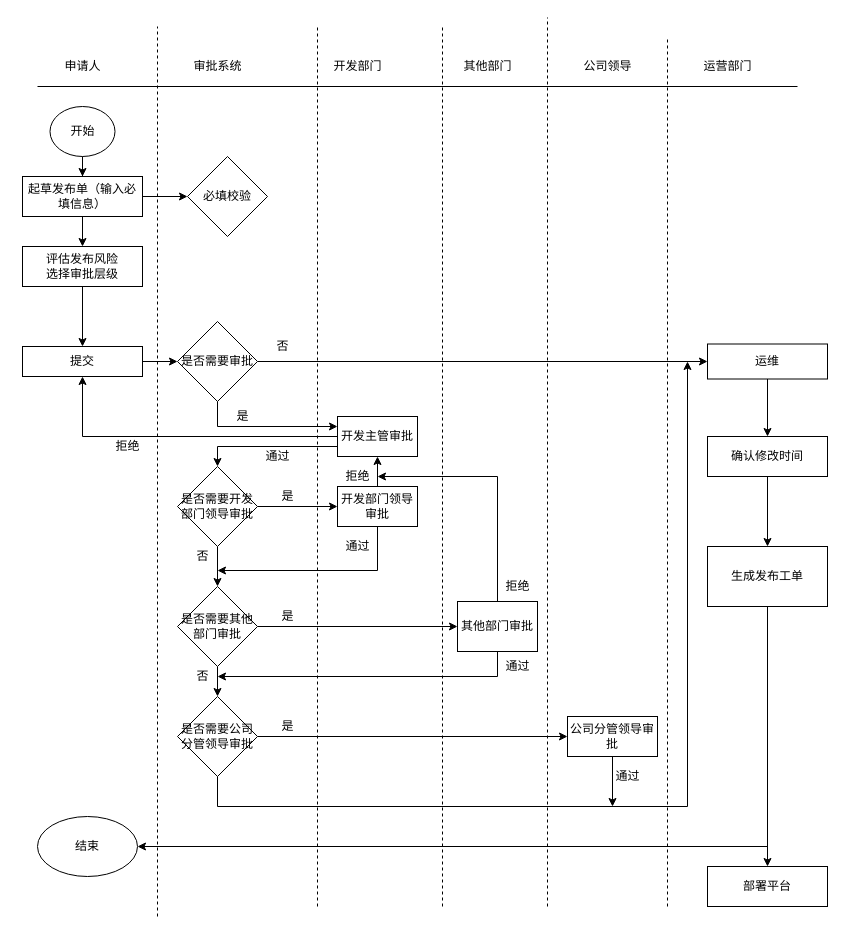
sharonwq/sharon_test keeps this draw.io diagram as src/com/cupd/sharon/Untitled.drawio. Above is the earlier version. Source tidied: cells renumbered, new cells numbered last; positions are measured from the earlier drawing's top-left corner, leaving out a move shared by most shapes. Both pictures are drawn from the tidied source at 100%, with x=0, y=0 at pixel (22, 17).
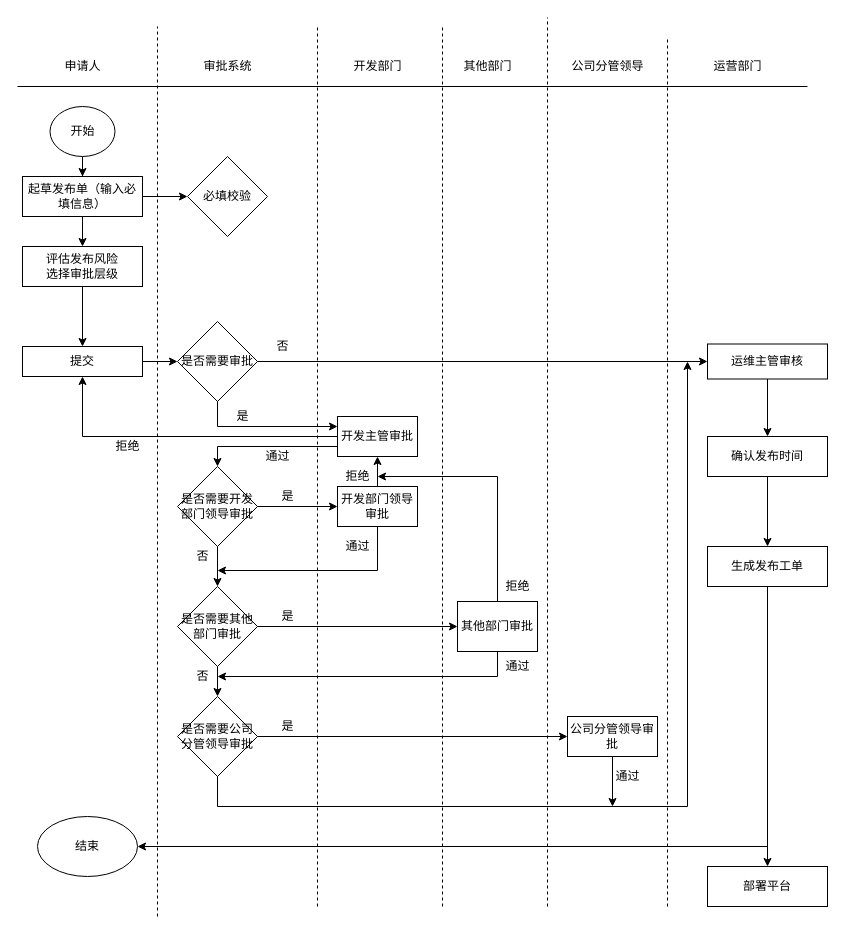
Above is the later version.

What changed in the source:
```diff
@@
     <mxCell id="2" style="endArrow=none;html=1;rounded=0;" parent="1" edge="1">
       <mxGeometry relative="1" as="geometry">
-        <mxPoint x="15" y="69" as="sourcePoint" />
-        <mxPoint x="775" y="69" as="targetPoint" />
+        <mxPoint x="-5" y="69" as="sourcePoint" />
+        <mxPoint x="785" y="69" as="targetPoint" />
       </mxGeometry>
     </mxCell>
@@
     <mxCell id="9" value="审批系统" style="text;html=1;align=center;verticalAlign=middle;strokeColor=none;fillColor=none;" parent="1" vertex="1">
-      <mxGeometry x="165" y="39" width="60" height="20" as="geometry" />
+      <mxGeometry x="175" y="39" width="60" height="20" as="geometry" />
     </mxCell>
     <mxCell id="10" value="开发部门" style="text;html=1;align=center;verticalAlign=middle;strokeColor=none;fillColor=none;" parent="1" vertex="1">
-      <mxGeometry x="305" y="39" width="60" height="20" as="geometry" />
+      <mxGeometry x="325" y="39" width="60" height="20" as="geometry" />
     </mxCell>
@@
-    <mxCell id="12" value="公司领导" style="text;html=1;align=center;verticalAlign=middle;strokeColor=none;fillColor=none;" parent="1" vertex="1">
-      <mxGeometry x="555" y="39" width="60" height="20" as="geometry" />
+    <mxCell id="12" value="公司分管领导" style="text;html=1;align=center;verticalAlign=middle;strokeColor=none;fillColor=none;" parent="1" vertex="1">
+      <mxGeometry x="540" y="39" width="90" height="20" as="geometry" />
     </mxCell>
     <mxCell id="13" value="运营部门" style="text;html=1;align=center;verticalAlign=middle;strokeColor=none;fillColor=none;" parent="1" vertex="1">
-      <mxGeometry x="675" y="39" width="60" height="20" as="geometry" />
+      <mxGeometry x="685" y="39" width="60" height="20" as="geometry" />
     </mxCell>
@@
-    <mxCell id="27" value="运维" style="whiteSpace=wrap;html=1;" parent="1" vertex="1">
+    <mxCell id="27" value="运维主管审核" style="whiteSpace=wrap;html=1;" parent="1" vertex="1">
       <mxGeometry x="685" y="326.5" width="120" height="35" as="geometry" />
     </mxCell>
@@
-    <mxCell id="64" value="确认修改时间" style="whiteSpace=wrap;html=1;" parent="1" vertex="1">
+    <mxCell id="64" value="确认发布时间" style="whiteSpace=wrap;html=1;" parent="1" vertex="1">
       <mxGeometry x="685" y="419" width="120" height="40" as="geometry" />
     </mxCell>
@@
     <mxCell id="67" value="生成发布工单" style="whiteSpace=wrap;html=1;" parent="1" vertex="1">
-      <mxGeometry x="685" y="529" width="120" height="60" as="geometry" />
+      <mxGeometry x="685" y="529" width="120" height="40" as="geometry" />
     </mxCell>
```
